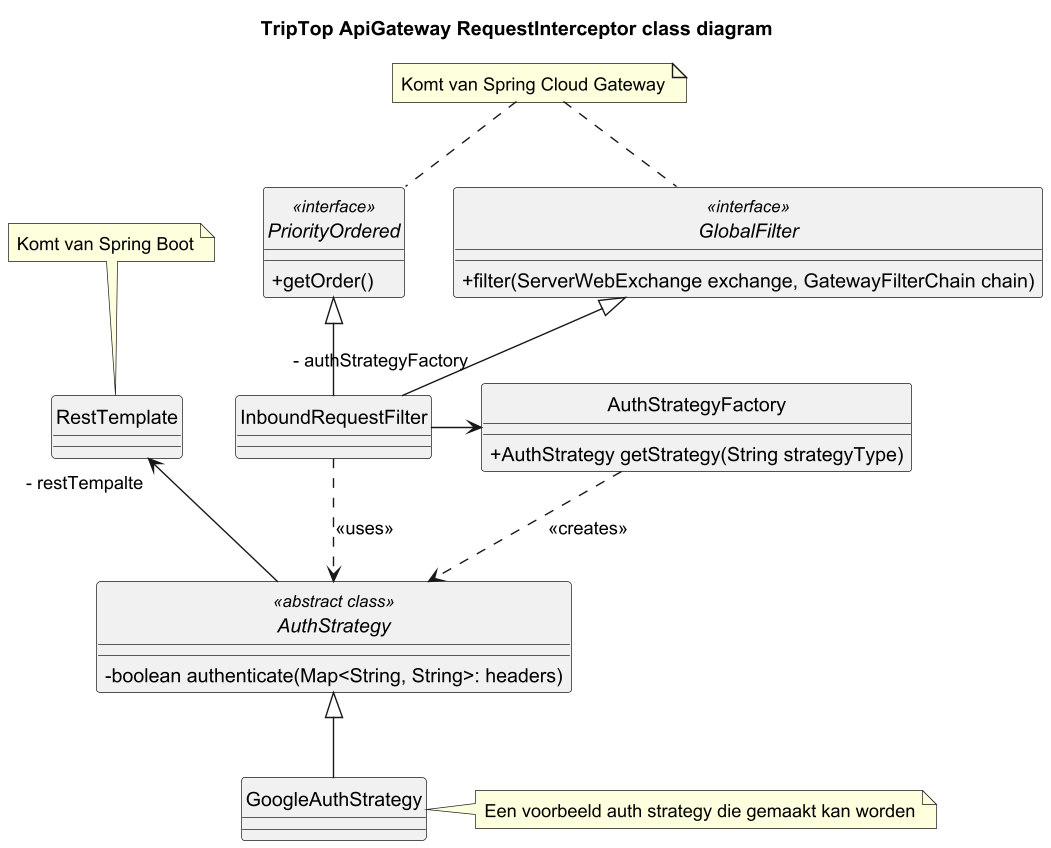
Earlier version of the PlantUML export software-guidebook/images/class_diagrams/Triptop_Api_Gateway_Request_Interceptor_Class_Diagram.png (AIM-ENE-feb25/triptop-groep-1-met-third-wheel).
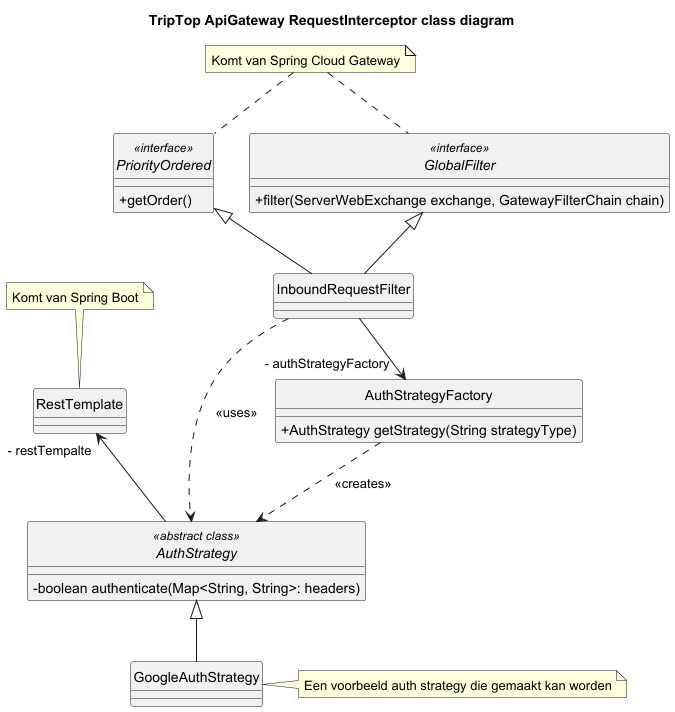
Above is the later version.

The edit, as a diff of the source:
```diff
@@ -41,7 +41,7 @@
 
 InboundRequestFilter -up-^ GlobalFilter
 InboundRequestFilter -up-^ PriorityOrdered
-InboundRequestFilter --right> "- authStrategyFactory" AuthStrategyFactory
+InboundRequestFilter --> "- authStrategyFactory" AuthStrategyFactory
 
 AuthStrategyFactory ..> AuthStrategy : <<creates>>
 InboundRequestFilter ..> AuthStrategy : <<uses>>
```
